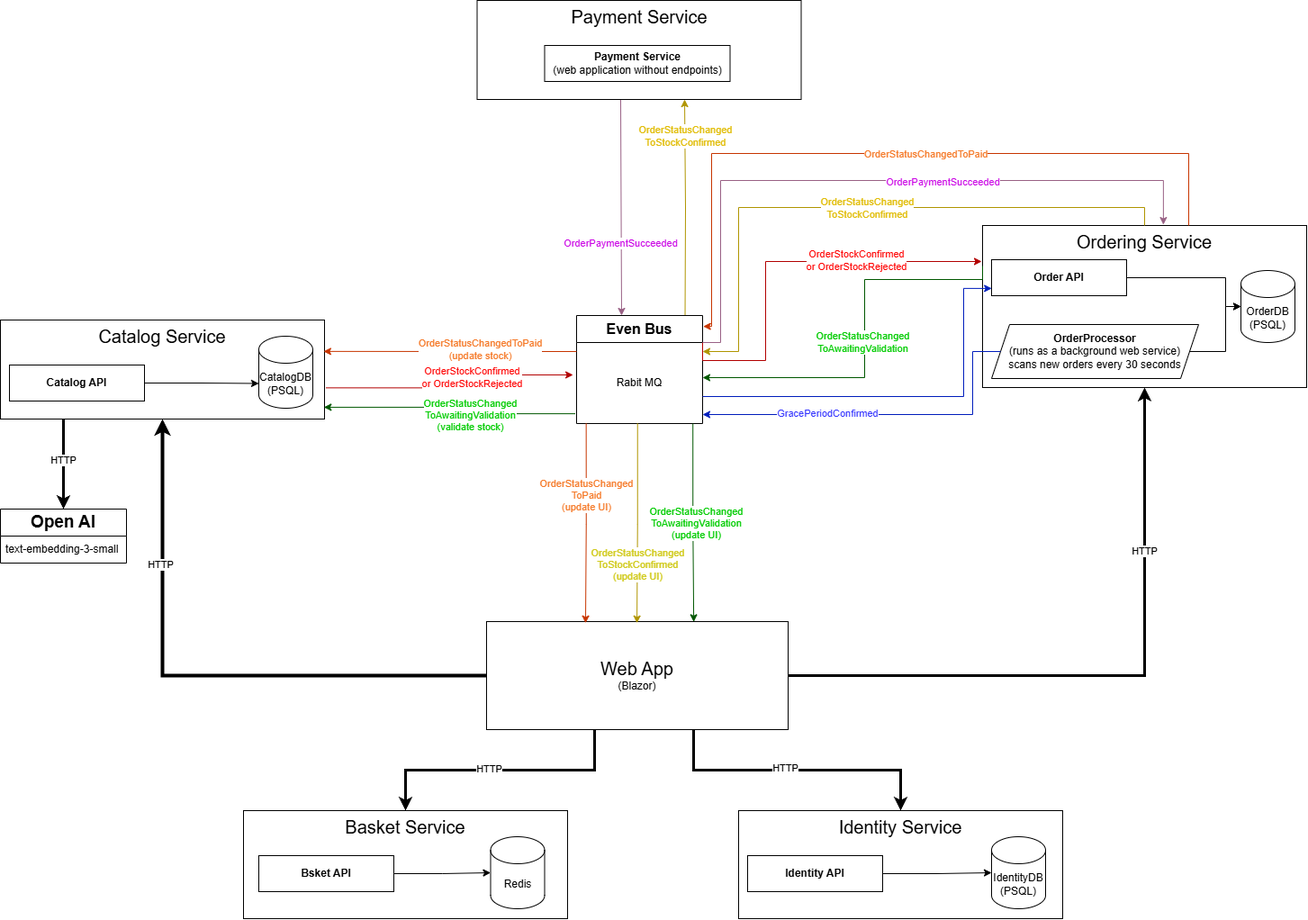
Before: Diagram.drawio.png, a diagram exported from draw.io (DenisKaminsky/CollectibleDiecast). Source tidied: cells renumbered, new cells last; positions are measured from the earlier drawing's top-left corner, leaving out a move shared by most shapes.
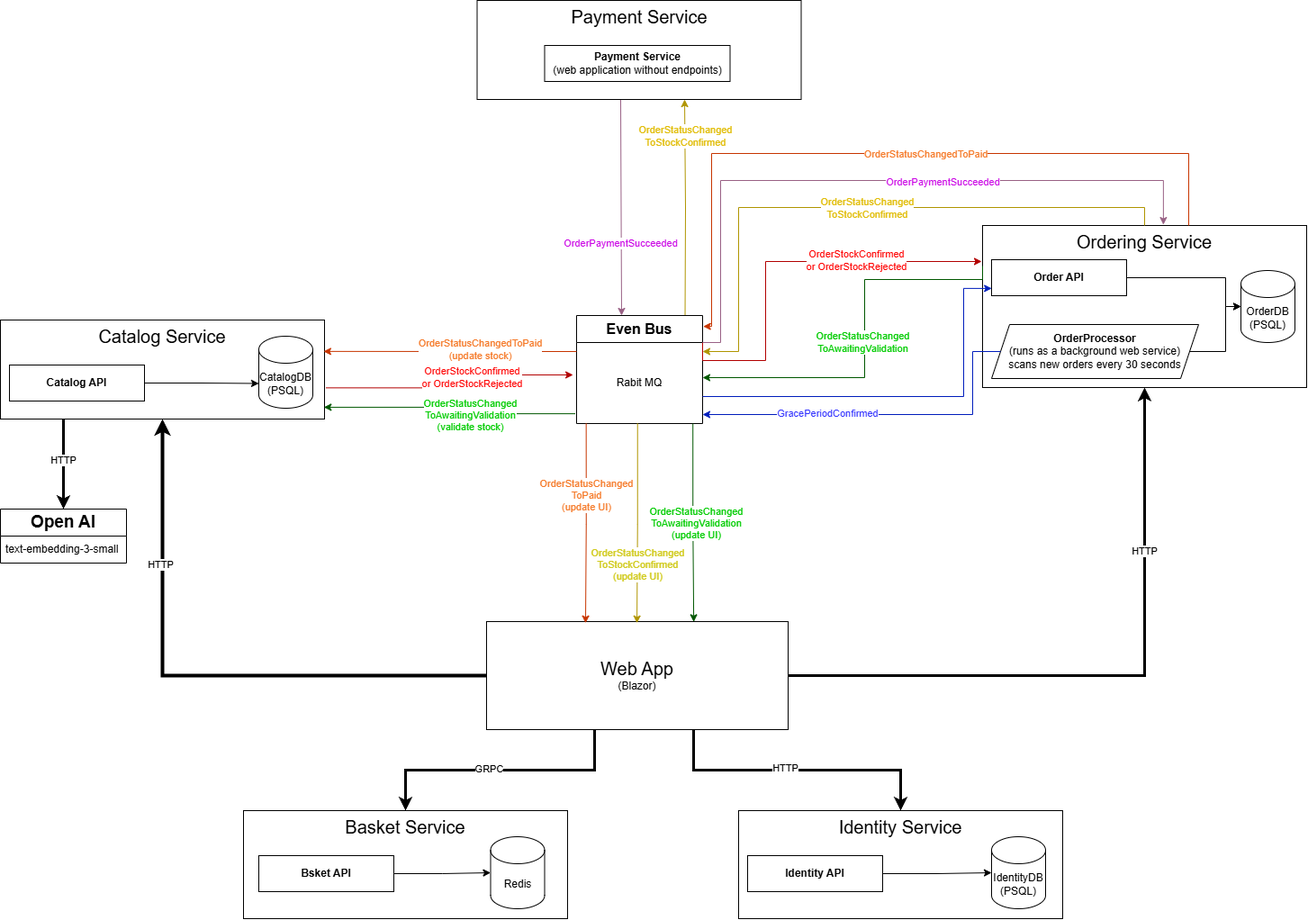
Above is the later version.

What changed in the source:
```diff
@@ -153,7 +153,7 @@
         </Array>
       </mxGeometry>
     </mxCell>
-    <mxCell id="34" value="HTTP" style="edgeLabel;html=1;align=center;verticalAlign=middle;" parent="33" vertex="1">
+    <mxCell id="34" value="GRPC" style="edgeLabel;html=1;align=center;verticalAlign=middle;" parent="33" vertex="1">
       <mxGeometry x="0.08" y="-2" relative="1" as="geometry" />
     </mxCell>
     <mxCell id="35" value="&lt;font style=&quot;font-size: 20px;&quot;&gt;Web App&lt;/font&gt;&lt;div style=&quot;&quot;&gt;&lt;font style=&quot;font-size: 12px;&quot;&gt;(Blazor)&lt;/font&gt;&lt;/div&gt;" style="rounded=0;whiteSpace=wrap;html=1;" parent="1" vertex="1">
```
